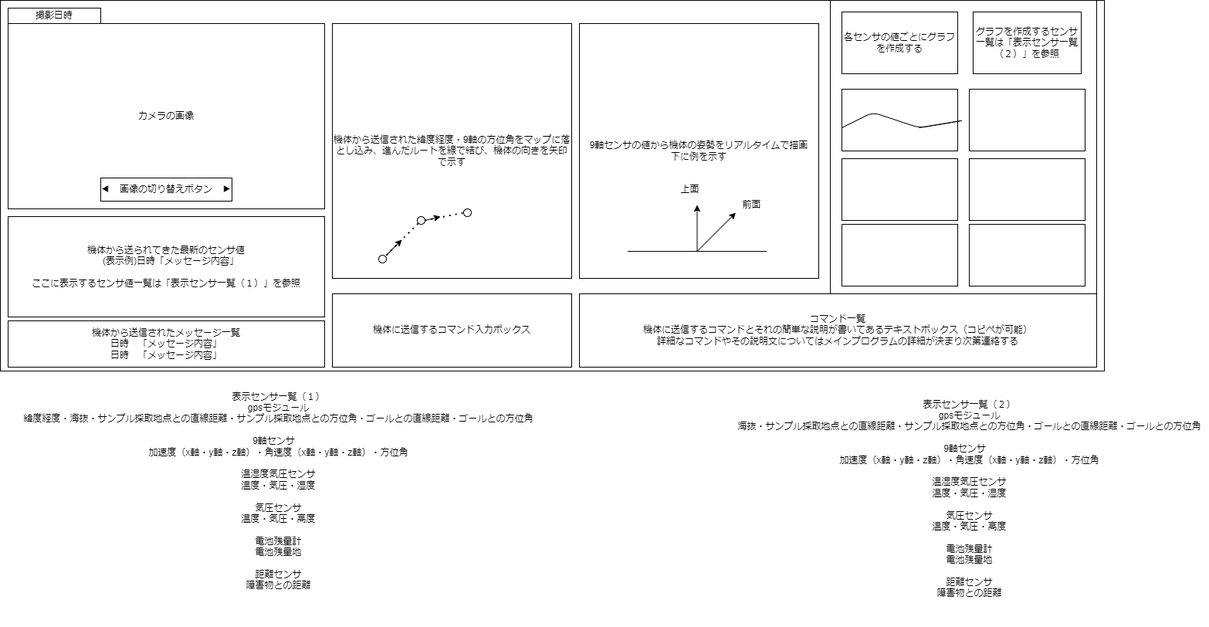
This is 仕様書・参考資料/地上局のUIイメージ図.drawio.png from TDUSenjuAstronomyResearchClub/basyo-ground-station, a draw.io export, as it was before one commit. Source tidied: cells renumbered, new cells last; positions are measured from the earlier drawing's top-left corner, leaving out a move shared by most shapes.
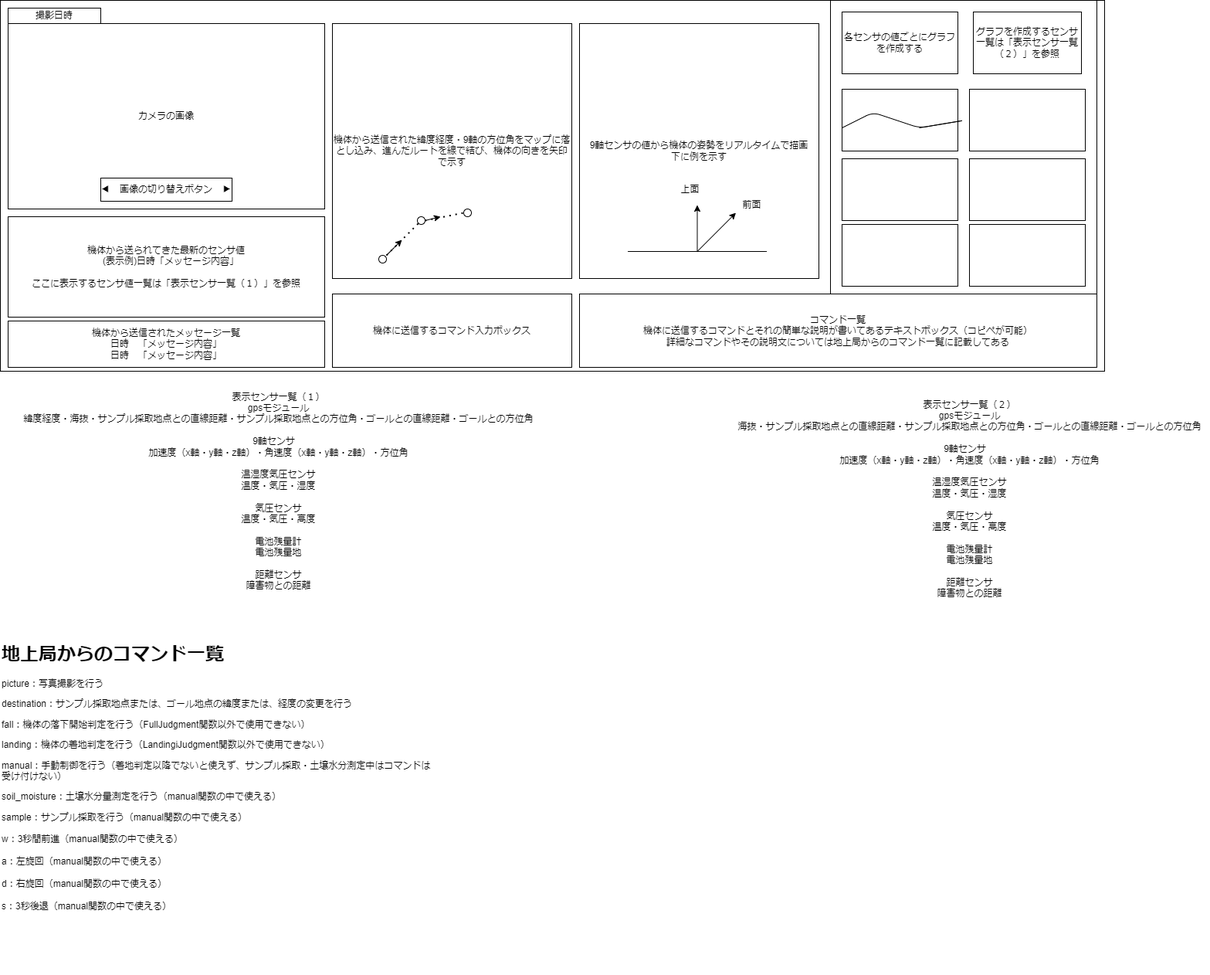
After the commit.

Commit message:
コマンドの説明を追加

The edit, as a diff of the source:
```diff
@@ -53,7 +53,7 @@
     <mxCell id="18" value="9軸センサの値から機体の姿勢をリアルタイムで描画&lt;br&gt;下に例を示す" style="rounded=0;whiteSpace=wrap;html=1;" parent="1" vertex="1">
       <mxGeometry x="750" y="30" width="310" height="330" as="geometry" />
     </mxCell>
-    <mxCell id="19" value="コマンド一覧&lt;br&gt;機体に送信するコマンドとそれの簡単な説明が書いてあるテキストボックス（コピペが可能）&lt;br&gt;詳細なコマンドやその説明文についてはメインプログラムの詳細が決まり次第連絡する" style="rounded=0;whiteSpace=wrap;html=1;" parent="1" vertex="1">
+    <mxCell id="19" value="コマンド一覧&lt;br&gt;機体に送信するコマンドとそれの簡単な説明が書いてあるテキストボックス（コピペが可能）&lt;br&gt;詳細なコマンドやその説明文については地上局からのコマンド一覧に記載してある" style="rounded=0;whiteSpace=wrap;html=1;" parent="1" vertex="1">
       <mxGeometry x="750" y="380" width="670" height="95" as="geometry" />
     </mxCell>
     <mxCell id="20" value="機体から送信されたメッセージ一覧&lt;br&gt;日時　「メッセージ内容」&lt;br&gt;日時　「メッセージ内容」" style="rounded=0;whiteSpace=wrap;html=1;" parent="1" vertex="1">
@@ -137,5 +137,8 @@
         </Array>
       </mxGeometry>
     </mxCell>
+    <mxCell id="38" value="&lt;h1 style=&quot;border-color: var(--border-color);&quot;&gt;地上局からのコマンド一覧&lt;/h1&gt;&lt;p style=&quot;border-color: var(--border-color);&quot;&gt;picture：写真撮影を行う&lt;br style=&quot;border-color: var(--border-color);&quot;&gt;&lt;/p&gt;&lt;p style=&quot;border-color: var(--border-color);&quot;&gt;&lt;span style=&quot;border-color: var(--border-color); background-color: initial;&quot;&gt;destination：&lt;/span&gt;&lt;span style=&quot;border-color: var(--border-color); background-color: initial;&quot;&gt;サンプル採取地点または、ゴール地点の緯度または、経度の変更を行う&lt;/span&gt;&lt;br style=&quot;border-color: var(--border-color);&quot;&gt;&lt;/p&gt;&lt;p style=&quot;border-color: var(--border-color);&quot;&gt;fall：機体の落下開始判定を行う（FullJudgment関数以外で使用できない）&lt;/p&gt;&lt;p style=&quot;border-color: var(--border-color);&quot;&gt;&lt;span style=&quot;border-color: var(--border-color); text-align: center;&quot;&gt;landing：機体の着地判定を行う（LandingiJudgment関数以外で使用できない）&lt;/span&gt;&lt;/p&gt;&lt;p style=&quot;border-color: var(--border-color);&quot;&gt;manual：手動制御を行う（着地判定以降でないと使えず、サンプル採取・土壌水分測定中はコマンドは受け付けない）&lt;/p&gt;&lt;p style=&quot;border-color: var(--border-color);&quot;&gt;soil_moisture：土壌水分量測定を行う（manual関数の中で使える）&lt;/p&gt;&lt;span style=&quot;border-color: var(--border-color); text-align: center;&quot;&gt;sample&lt;/span&gt;&lt;span style=&quot;border-color: var(--border-color); background-color: initial;&quot;&gt;：サンプル採取を行う（&lt;/span&gt;&lt;span style=&quot;border-color: var(--border-color); text-align: center;&quot;&gt;manual関数の中で使える&lt;/span&gt;&lt;span style=&quot;border-color: var(--border-color); background-color: initial;&quot;&gt;）&lt;br style=&quot;border-color: var(--border-color);&quot;&gt;&lt;/span&gt;&lt;span style=&quot;border-color: var(--border-color); text-align: center;&quot;&gt;&lt;br style=&quot;border-color: var(--border-color);&quot;&gt;w：3秒間前進（manual関数の中で使える）&lt;br style=&quot;border-color: var(--border-color);&quot;&gt;&lt;br style=&quot;border-color: var(--border-color);&quot;&gt;a：左旋回（&lt;/span&gt;&lt;span style=&quot;border-color: var(--border-color); text-align: center;&quot;&gt;manual関数の中で使える&lt;/span&gt;&lt;span style=&quot;border-color: var(--border-color); text-align: center;&quot;&gt;）&lt;br style=&quot;border-color: var(--border-color);&quot;&gt;&lt;br style=&quot;border-color: var(--border-color);&quot;&gt;d：右旋回&lt;/span&gt;&lt;span style=&quot;border-color: var(--border-color); text-align: center;&quot;&gt;（&lt;/span&gt;&lt;span style=&quot;border-color: var(--border-color); text-align: center;&quot;&gt;manual関数の中で使える&lt;/span&gt;&lt;span style=&quot;border-color: var(--border-color); text-align: center;&quot;&gt;）&lt;/span&gt;&lt;span style=&quot;border-color: var(--border-color); text-align: center;&quot;&gt;&lt;br style=&quot;border-color: var(--border-color);&quot;&gt;&lt;br style=&quot;border-color: var(--border-color);&quot;&gt;s：3秒後退&lt;/span&gt;&lt;span style=&quot;border-color: var(--border-color); text-align: center;&quot;&gt;（&lt;/span&gt;&lt;span style=&quot;border-color: var(--border-color); text-align: center;&quot;&gt;manual関数の中で使える&lt;/span&gt;&lt;span style=&quot;border-color: var(--border-color); text-align: center;&quot;&gt;）&lt;/span&gt;&lt;span style=&quot;border-color: var(--border-color); text-align: center;&quot;&gt;&lt;br style=&quot;border-color: var(--border-color);&quot;&gt;&lt;/span&gt;&lt;p style=&quot;border-color: var(--border-color);&quot;&gt;&lt;br style=&quot;border-color: var(--border-color); color: rgb(0, 0, 0); font-family: Helvetica; font-size: 12px; font-style: normal; font-variant-ligatures: normal; font-variant-caps: normal; font-weight: 400; letter-spacing: normal; orphans: 2; text-align: left; text-indent: 0px; text-transform: none; widows: 2; word-spacing: 0px; -webkit-text-stroke-width: 0px; background-color: rgb(251, 251, 251); text-decoration-thickness: initial; text-decoration-style: initial; text-decoration-color: initial;&quot;&gt;&#10;&#10;&lt;/p&gt;" style="text;whiteSpace=wrap;html=1;" parent="1" vertex="1">
+      <mxGeometry y="810" width="560" height="450" as="geometry" />
+    </mxCell>
   </root>
 </mxGraphModel>
```
